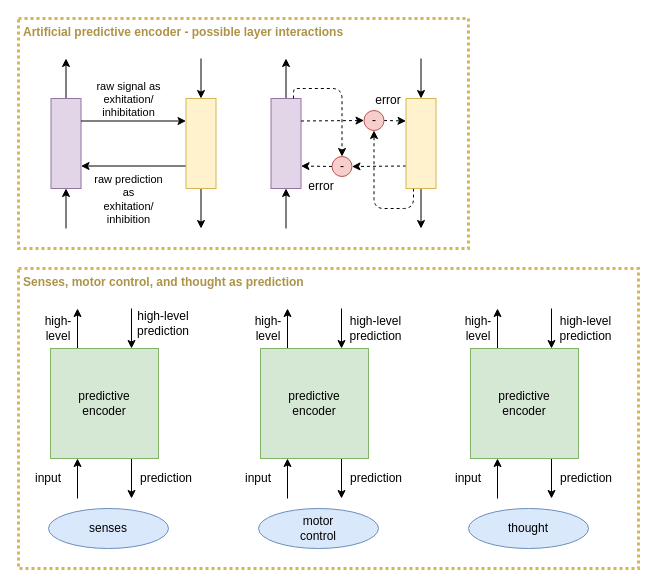
The draw.io diagram page "predictive-encoder" (9 of 11) of files/Cooperative-competitive-systems.drawio in malcolmlett/malcolmlett.github.io, before the edit. Source tidied: cells renumbered, new cells numbered last; positions are measured from the earlier drawing's top-left corner, leaving out a move shared by most shapes. Both pictures are drawn from the tidied source at 100%, with x=0, y=0 at pixel (18, 18).
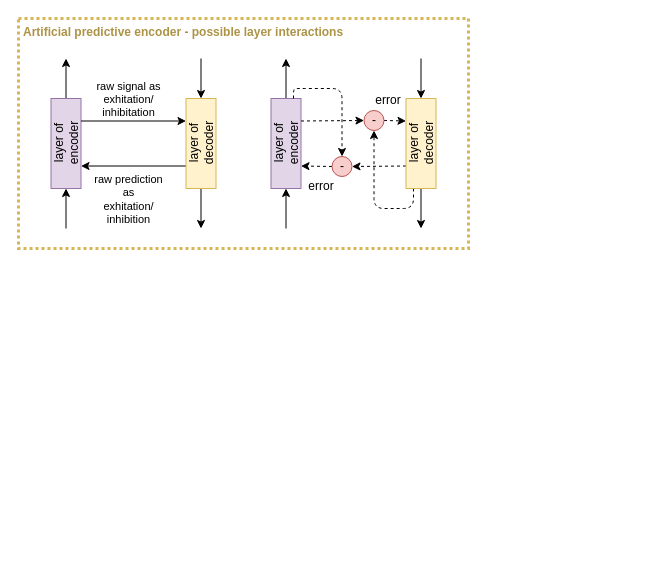
The same diagram, later.

What changed in the source:
```diff
@@
-    <mxCell id="2" value="Senses, motor control, and thought as prediction" style="rounded=0;whiteSpace=wrap;html=1;strokeColor=#d6b656;fillColor=none;dashed=1;strokeWidth=3;fontStyle=1;verticalAlign=top;align=left;spacing=2;spacingLeft=3;fontColor=#AD9346;dashPattern=1 1;perimeterSpacing=0;" parent="1" vertex="1">
-      <mxGeometry y="250" width="620" height="300" as="geometry" />
-    </mxCell>
@@
-    <mxCell id="7" style="rounded=0;whiteSpace=wrap;html=1;fillColor=#e1d5e7;strokeColor=#9673a6;" parent="1" vertex="1">
+    <mxCell id="7" value="layer of&lt;br&gt;encoder" style="rounded=0;whiteSpace=wrap;html=1;fillColor=#e1d5e7;strokeColor=#9673a6;horizontal=0;" parent="1" vertex="1">
       <mxGeometry x="252.5" y="80" width="30" height="90" as="geometry" />
     </mxCell>
@@
-    <mxCell id="12" style="rounded=0;whiteSpace=wrap;html=1;fillColor=#fff2cc;strokeColor=#d6b656;" parent="1" vertex="1">
+    <mxCell id="12" value="layer of&lt;br&gt;decoder" style="rounded=0;whiteSpace=wrap;html=1;fillColor=#fff2cc;strokeColor=#d6b656;horizontal=0;" parent="1" vertex="1">
       <mxGeometry x="387.5" y="80" width="30" height="90" as="geometry" />
     </mxCell>
@@
-    <mxCell id="20" style="rounded=0;whiteSpace=wrap;html=1;fillColor=#e1d5e7;strokeColor=#9673a6;" parent="1" vertex="1">
+    <mxCell id="20" value="layer of&lt;br&gt;encoder" style="rounded=0;whiteSpace=wrap;html=1;fillColor=#e1d5e7;strokeColor=#9673a6;horizontal=0;" parent="1" vertex="1">
       <mxGeometry x="32.5" y="80" width="30" height="90" as="geometry" />
     </mxCell>
@@
-    <mxCell id="24" style="rounded=0;whiteSpace=wrap;html=1;fillColor=#fff2cc;strokeColor=#d6b656;" parent="1" vertex="1">
+    <mxCell id="24" value="layer of&lt;br&gt;decoder" style="rounded=0;whiteSpace=wrap;html=1;fillColor=#fff2cc;strokeColor=#d6b656;horizontal=0;" parent="1" vertex="1">
       <mxGeometry x="167.5" y="80" width="30" height="90" as="geometry" />
     </mxCell>
@@
-    <mxCell id="29" style="rounded=1;jettySize=auto;html=1;entryX=0.25;entryY=1;entryDx=0;entryDy=0;" parent="1" edge="1" target="33">
-      <mxGeometry relative="1" as="geometry">
-        <mxPoint x="59" y="480" as="sourcePoint" />
-      </mxGeometry>
-    </mxCell>
-    <mxCell id="30" style="edgeStyle=none;rounded=1;jettySize=auto;html=1;exitX=0.75;exitY=1;exitDx=0;exitDy=0;" parent="1" edge="1" source="33">
-      <mxGeometry relative="1" as="geometry">
-        <mxPoint x="113" y="480" as="targetPoint" />
-      </mxGeometry>
-    </mxCell>
-    <mxCell id="31" style="edgeStyle=none;rounded=1;jettySize=auto;html=1;exitX=0.25;exitY=0;exitDx=0;exitDy=0;" parent="1" edge="1" source="33">
-      <mxGeometry relative="1" as="geometry">
-        <mxPoint x="59" y="290" as="targetPoint" />
-      </mxGeometry>
-    </mxCell>
-    <mxCell id="32" style="edgeStyle=none;rounded=1;jettySize=auto;html=1;entryX=0.75;entryY=0;entryDx=0;entryDy=0;" parent="1" edge="1" target="33">
-      <mxGeometry relative="1" as="geometry">
-        <mxPoint x="113" y="290" as="sourcePoint" />
-      </mxGeometry>
-    </mxCell>
-    <mxCell id="33" value="predictive&lt;br&gt;encoder" style="rounded=0;whiteSpace=wrap;html=1;align=center;fillColor=#d5e8d4;strokeColor=#82b366;" parent="1" vertex="1">
-      <mxGeometry x="32" y="330" width="108" height="110" as="geometry" />
-    </mxCell>
-    <mxCell id="34" value="high-level&lt;br&gt;prediction" style="text;html=1;strokeColor=none;fillColor=none;align=center;verticalAlign=middle;whiteSpace=wrap;rounded=0;" parent="1" vertex="1">
-      <mxGeometry x="120" y="290" width="50" height="30" as="geometry" />
-    </mxCell>
-    <mxCell id="35" value="high-&lt;br&gt;level" style="text;html=1;strokeColor=none;fillColor=none;align=center;verticalAlign=middle;whiteSpace=wrap;rounded=0;" parent="1" vertex="1">
-      <mxGeometry x="20" y="300" width="40" height="20" as="geometry" />
-    </mxCell>
-    <mxCell id="36" value="prediction" style="text;html=1;strokeColor=none;fillColor=none;align=center;verticalAlign=middle;whiteSpace=wrap;rounded=0;" parent="1" vertex="1">
-      <mxGeometry x="127.5" y="450" width="40" height="20" as="geometry" />
-    </mxCell>
-    <mxCell id="37" value="input" style="text;html=1;strokeColor=none;fillColor=none;align=center;verticalAlign=middle;whiteSpace=wrap;rounded=0;" parent="1" vertex="1">
-      <mxGeometry x="10" y="450" width="40" height="20" as="geometry" />
-    </mxCell>
-    <mxCell id="38" style="edgeStyle=none;rounded=1;orthogonalLoop=1;jettySize=auto;html=1;exitX=0;exitY=0.75;exitDx=0;exitDy=0;" parent="1" edge="1" source="35" target="35">
-      <mxGeometry relative="1" as="geometry" />
-    </mxCell>
-    <mxCell id="39" value="senses" style="ellipse;whiteSpace=wrap;html=1;align=center;fillColor=#dae8fc;strokeColor=#6c8ebf;" parent="1" vertex="1">
-      <mxGeometry x="30" y="490" width="120" height="40" as="geometry" />
-    </mxCell>
-    <mxCell id="40" style="rounded=1;jettySize=auto;html=1;entryX=0.25;entryY=1;entryDx=0;entryDy=0;" parent="1" edge="1" target="44">
-      <mxGeometry relative="1" as="geometry">
-        <mxPoint x="269" y="480" as="sourcePoint" />
-      </mxGeometry>
-    </mxCell>
-    <mxCell id="41" style="edgeStyle=none;rounded=1;jettySize=auto;html=1;exitX=0.75;exitY=1;exitDx=0;exitDy=0;" parent="1" edge="1" source="44">
-      <mxGeometry relative="1" as="geometry">
-        <mxPoint x="323" y="480" as="targetPoint" />
-      </mxGeometry>
-    </mxCell>
-    <mxCell id="42" style="edgeStyle=none;rounded=1;jettySize=auto;html=1;exitX=0.25;exitY=0;exitDx=0;exitDy=0;" parent="1" edge="1" source="44">
-      <mxGeometry relative="1" as="geometry">
-        <mxPoint x="269" y="290" as="targetPoint" />
-      </mxGeometry>
-    </mxCell>
-    <mxCell id="43" style="edgeStyle=none;rounded=1;jettySize=auto;html=1;entryX=0.75;entryY=0;entryDx=0;entryDy=0;" parent="1" edge="1" target="44">
-      <mxGeometry relative="1" as="geometry">
-        <mxPoint x="323" y="290" as="sourcePoint" />
-      </mxGeometry>
-    </mxCell>
-    <mxCell id="44" value="predictive&lt;br&gt;encoder" style="rounded=0;whiteSpace=wrap;html=1;align=center;fillColor=#d5e8d4;strokeColor=#82b366;" parent="1" vertex="1">
-      <mxGeometry x="242" y="330" width="108" height="110" as="geometry" />
-    </mxCell>
-    <mxCell id="45" value="high-&lt;br&gt;level" style="text;html=1;strokeColor=none;fillColor=none;align=center;verticalAlign=middle;whiteSpace=wrap;rounded=0;" parent="1" vertex="1">
-      <mxGeometry x="230" y="300" width="40" height="20" as="geometry" />
-    </mxCell>
-    <mxCell id="46" value="prediction" style="text;html=1;strokeColor=none;fillColor=none;align=center;verticalAlign=middle;whiteSpace=wrap;rounded=0;" parent="1" vertex="1">
-      <mxGeometry x="337.5" y="450" width="40" height="20" as="geometry" />
-    </mxCell>
-    <mxCell id="47" value="input" style="text;html=1;strokeColor=none;fillColor=none;align=center;verticalAlign=middle;whiteSpace=wrap;rounded=0;" parent="1" vertex="1">
-      <mxGeometry x="220" y="450" width="40" height="20" as="geometry" />
-    </mxCell>
-    <mxCell id="48" style="edgeStyle=none;rounded=1;orthogonalLoop=1;jettySize=auto;html=1;exitX=0;exitY=0.75;exitDx=0;exitDy=0;" parent="1" edge="1" source="45" target="45">
-      <mxGeometry relative="1" as="geometry" />
-    </mxCell>
-    <mxCell id="49" value="motor&lt;br&gt;control" style="ellipse;whiteSpace=wrap;html=1;align=center;fillColor=#dae8fc;strokeColor=#6c8ebf;" parent="1" vertex="1">
-      <mxGeometry x="240" y="490" width="120" height="40" as="geometry" />
-    </mxCell>
-    <mxCell id="50" style="rounded=1;jettySize=auto;html=1;entryX=0.25;entryY=1;entryDx=0;entryDy=0;" parent="1" edge="1" target="54">
-      <mxGeometry relative="1" as="geometry">
-        <mxPoint x="479" y="480" as="sourcePoint" />
-      </mxGeometry>
-    </mxCell>
-    <mxCell id="51" style="edgeStyle=none;rounded=1;jettySize=auto;html=1;exitX=0.75;exitY=1;exitDx=0;exitDy=0;" parent="1" edge="1" source="54">
-      <mxGeometry relative="1" as="geometry">
-        <mxPoint x="533" y="480" as="targetPoint" />
-      </mxGeometry>
-    </mxCell>
-    <mxCell id="52" style="edgeStyle=none;rounded=1;jettySize=auto;html=1;exitX=0.25;exitY=0;exitDx=0;exitDy=0;" parent="1" edge="1" source="54">
-      <mxGeometry relative="1" as="geometry">
-        <mxPoint x="479" y="290" as="targetPoint" />
-      </mxGeometry>
-    </mxCell>
-    <mxCell id="53" style="edgeStyle=none;rounded=1;jettySize=auto;html=1;entryX=0.75;entryY=0;entryDx=0;entryDy=0;" parent="1" edge="1" target="54">
-      <mxGeometry relative="1" as="geometry">
-        <mxPoint x="533" y="290" as="sourcePoint" />
-      </mxGeometry>
-    </mxCell>
-    <mxCell id="54" value="predictive&lt;br&gt;encoder" style="rounded=0;whiteSpace=wrap;html=1;align=center;fillColor=#d5e8d4;strokeColor=#82b366;" parent="1" vertex="1">
-      <mxGeometry x="452" y="330" width="108" height="110" as="geometry" />
-    </mxCell>
-    <mxCell id="55" value="high-&lt;br&gt;level" style="text;html=1;strokeColor=none;fillColor=none;align=center;verticalAlign=middle;whiteSpace=wrap;rounded=0;" parent="1" vertex="1">
-      <mxGeometry x="440" y="300" width="40" height="20" as="geometry" />
-    </mxCell>
-    <mxCell id="56" value="prediction" style="text;html=1;strokeColor=none;fillColor=none;align=center;verticalAlign=middle;whiteSpace=wrap;rounded=0;" parent="1" vertex="1">
-      <mxGeometry x="547.5" y="450" width="40" height="20" as="geometry" />
-    </mxCell>
-    <mxCell id="57" value="input" style="text;html=1;strokeColor=none;fillColor=none;align=center;verticalAlign=middle;whiteSpace=wrap;rounded=0;" parent="1" vertex="1">
-      <mxGeometry x="430" y="450" width="40" height="20" as="geometry" />
-    </mxCell>
-    <mxCell id="58" style="edgeStyle=none;rounded=1;orthogonalLoop=1;jettySize=auto;html=1;exitX=0;exitY=0.75;exitDx=0;exitDy=0;" parent="1" edge="1" source="55" target="55">
-      <mxGeometry relative="1" as="geometry" />
-    </mxCell>
-    <mxCell id="59" value="thought" style="ellipse;whiteSpace=wrap;html=1;align=center;fillColor=#dae8fc;strokeColor=#6c8ebf;" parent="1" vertex="1">
-      <mxGeometry x="450" y="490" width="120" height="40" as="geometry" />
-    </mxCell>
-    <mxCell id="60" value="high-level&lt;br&gt;prediction" style="text;html=1;strokeColor=none;fillColor=none;align=center;verticalAlign=middle;whiteSpace=wrap;rounded=0;" parent="1" vertex="1">
-      <mxGeometry x="329.2" y="295" width="56.5" height="30" as="geometry" />
-    </mxCell>
-    <mxCell id="61" value="high-level&lt;br&gt;prediction" style="text;html=1;strokeColor=none;fillColor=none;align=center;verticalAlign=middle;whiteSpace=wrap;rounded=0;" parent="1" vertex="1">
-      <mxGeometry x="539.2" y="295" width="56.5" height="30" as="geometry" />
-    </mxCell>
```
